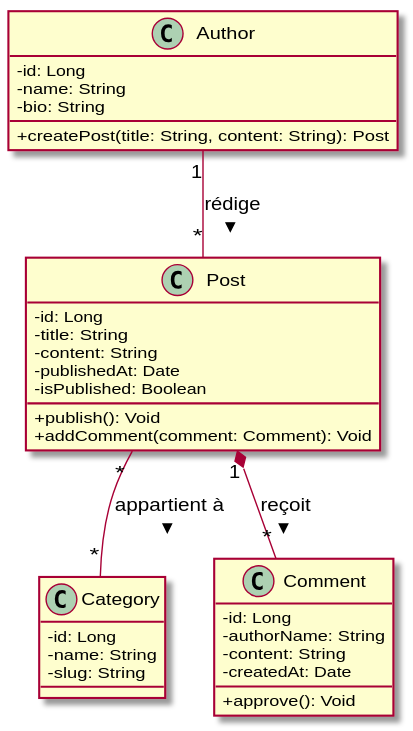
The PlantUML diagram docs/uml/blog.svg in kevinduran-Tech/docs-uml-sequence_auth.puml, before a commit. Source of this version:
```plantuml
@startuml

skinparam classAttributeIconSize 0

class Author {
  - id: Long
  - name: String
  - bio: String
  + createPost(title: String, content: String): Post
}

class Post {
  - id: Long
  - title: String
  - content: String
  - publishedAt: Date
  - isPublished: Boolean
  + publish(): Void
  + addComment(comment: Comment): Void
}

class Category {
  - id: Long
  - name: String
  - slug: String
}

class Comment {
  - id: Long
  - authorName: String
  - content: String
  - createdAt: Date
  + approve(): Void
}

Author "1" -- "*" Post : rédige >
Post "*" -- "*" Category : appartient à >
Post "1" *-- "*" Comment : reçoit >

@enduml
```
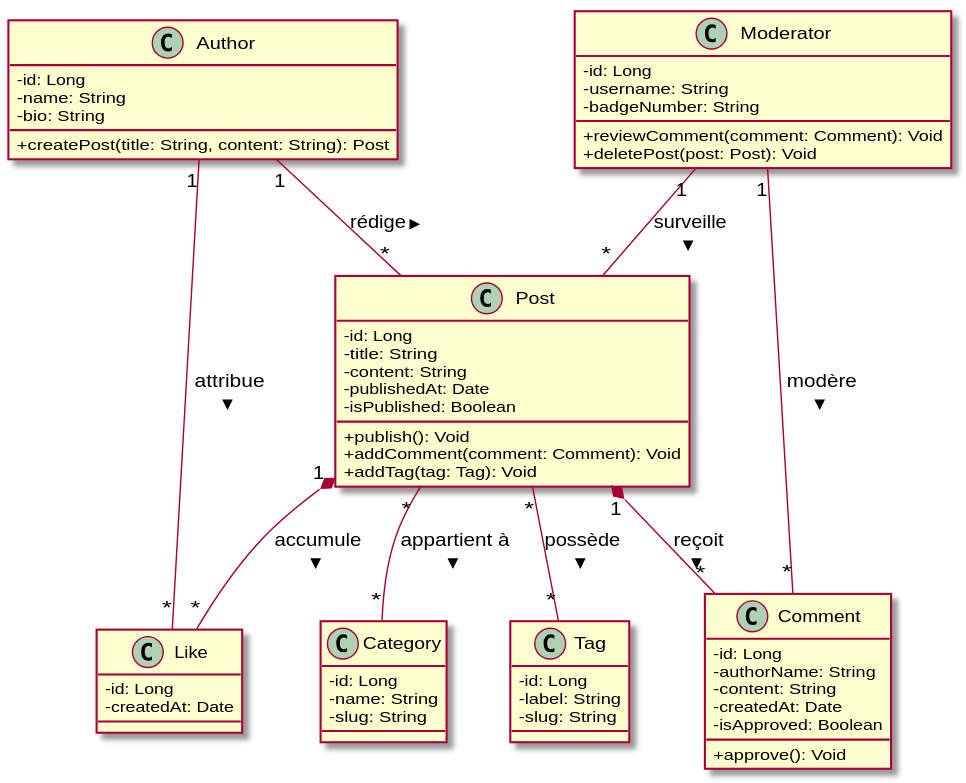
The same file after the commit.

Commit message:
chore(docs): auto-generate SVG diagrams

What changed in the source:
```diff
@@ -1,6 +1,7 @@
 @startuml
 
 skinparam classAttributeIconSize 0
+
 
 class Author {
   - id: Long
@@ -17,6 +18,7 @@
   - isPublished: Boolean
   + publish(): Void
   + addComment(comment: Comment): Void
+  + addTag(tag: Tag): Void
 }
 
 class Category {
@@ -30,11 +32,39 @@
   - authorName: String
   - content: String
   - createdAt: Date
+  - isApproved: Boolean
   + approve(): Void
 }
+
+
+class Tag {
+  - id: Long
+  - label: String
+  - slug: String
+}
+
+class Like {
+  - id: Long
+  - createdAt: Date
+}
+
+class Moderator {
+  - id: Long
+  - username: String
+  - badgeNumber: String
+  + reviewComment(comment: Comment): Void
+  + deletePost(post: Post): Void
+}
+
 
 Author "1" -- "*" Post : rédige >
 Post "*" -- "*" Category : appartient à >
 Post "1" *-- "*" Comment : reçoit >
 
+Post "*" -- "*" Tag : possède >
+Post "1" *-- "*" Like : accumule >
+Author "1" -- "*" Like : attribue >
+Moderator "1" -- "*" Comment : modère >
+Moderator "1" -- "*" Post : surveille >
+
 @enduml
```
